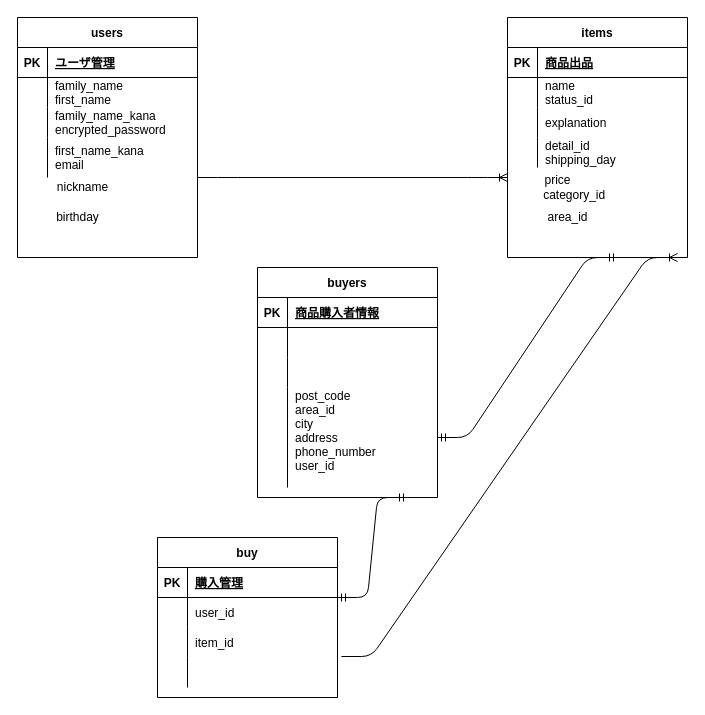
sakaki38/furima-36023 keeps this draw.io diagram as ER図.dio. Above is the earlier version. Source tidied: cells renumbered, new cells numbered last; positions are measured from the earlier drawing's top-left corner, leaving out a move shared by most shapes. Both pictures are drawn from the tidied source at 100%, with x=0, y=0 at pixel (17, 17).
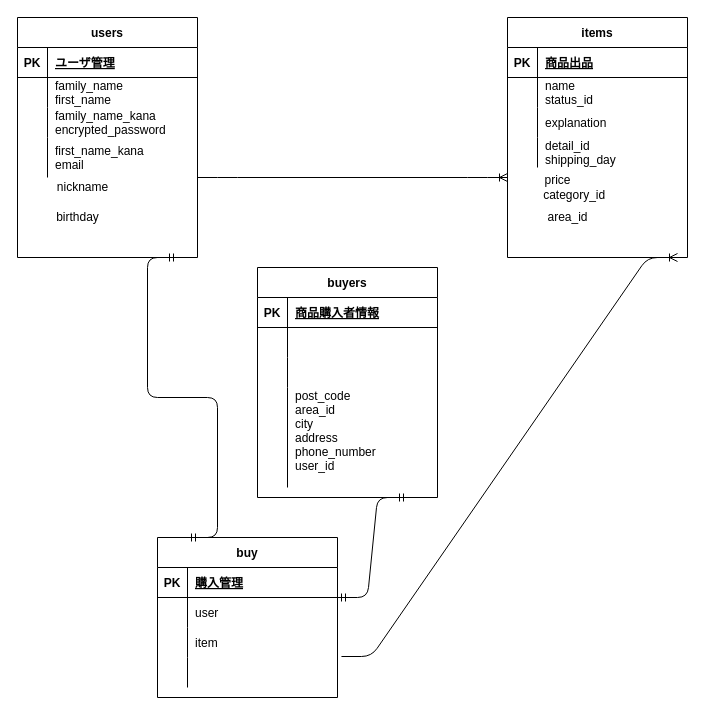
Above is the later version.

The change refers to these unchanged cells:
```xml
<mxCell id="25" style="shape=partialRectangle;fillColor=none;top=0;left=0;bottom=0;right=0;points=[[0,0.5],[1,0.5]];portConstraint=eastwest;" parent="15" vertex="1">
  <mxGeometry y="120" width="180" height="100" as="geometry" />
</mxCell>
<mxCell id="51" style="shape=partialRectangle;fillColor=none;top=0;left=0;bottom=0;right=0;" parent="47" vertex="1">
  <mxGeometry y="60" width="180" height="30" as="geometry" />
</mxCell>
<mxCell id="54" style="shape=partialRectangle;fillColor=none;top=0;left=0;bottom=0;right=0;points=[[0,0.5],[1,0.5]];portConstraint=eastwest;" parent="47" vertex="1">
  <mxGeometry y="90" width="180" height="30" as="geometry" />
</mxCell>
```

Diff of the diagram source:
```diff
@@
-    <mxCell id="45" style="edgeStyle=entityRelationEdgeStyle;fontSize=12;html=1;endArrow=ERmandOne;startArrow=ERmandOne;exitX=1;exitY=0.5;exitDx=0;exitDy=0;" parent="1" edge="1" source="25">
-      <mxGeometry relative="1" as="geometry">
-        <mxPoint x="600" y="240" as="targetPoint" />
-      </mxGeometry>
-    </mxCell>
@@
-    <mxCell id="53" value="user_id" style="shape=partialRectangle;fillColor=none;top=0;left=0;bottom=0;right=0;align=left;spacingLeft=6;overflow=hidden;" parent="51" vertex="1">
+    <mxCell id="53" value="user" style="shape=partialRectangle;fillColor=none;top=0;left=0;bottom=0;right=0;align=left;spacingLeft=6;overflow=hidden;" parent="51" vertex="1">
       <mxGeometry x="30" width="150" height="30" as="geometry" />
     </mxCell>
@@
-    <mxCell id="56" value="item_id" style="shape=partialRectangle;fillColor=none;top=0;left=0;bottom=0;right=0;align=left;spacingLeft=6;overflow=hidden;" parent="54" vertex="1">
+    <mxCell id="56" value="item" style="shape=partialRectangle;fillColor=none;top=0;left=0;bottom=0;right=0;align=left;spacingLeft=6;overflow=hidden;" parent="54" vertex="1">
       <mxGeometry x="30" width="150" height="30" as="geometry" />
     </mxCell>
@@
+    <mxCell id="62" style="edgeStyle=entityRelationEdgeStyle;fontSize=12;html=1;endArrow=ERmandOne;startArrow=ERmandOne;" parent="1" edge="1">
+      <mxGeometry relative="1" as="geometry">
+        <mxPoint x="170" y="520" as="sourcePoint" />
+        <mxPoint x="160" y="240" as="targetPoint" />
+      </mxGeometry>
+    </mxCell>
```
